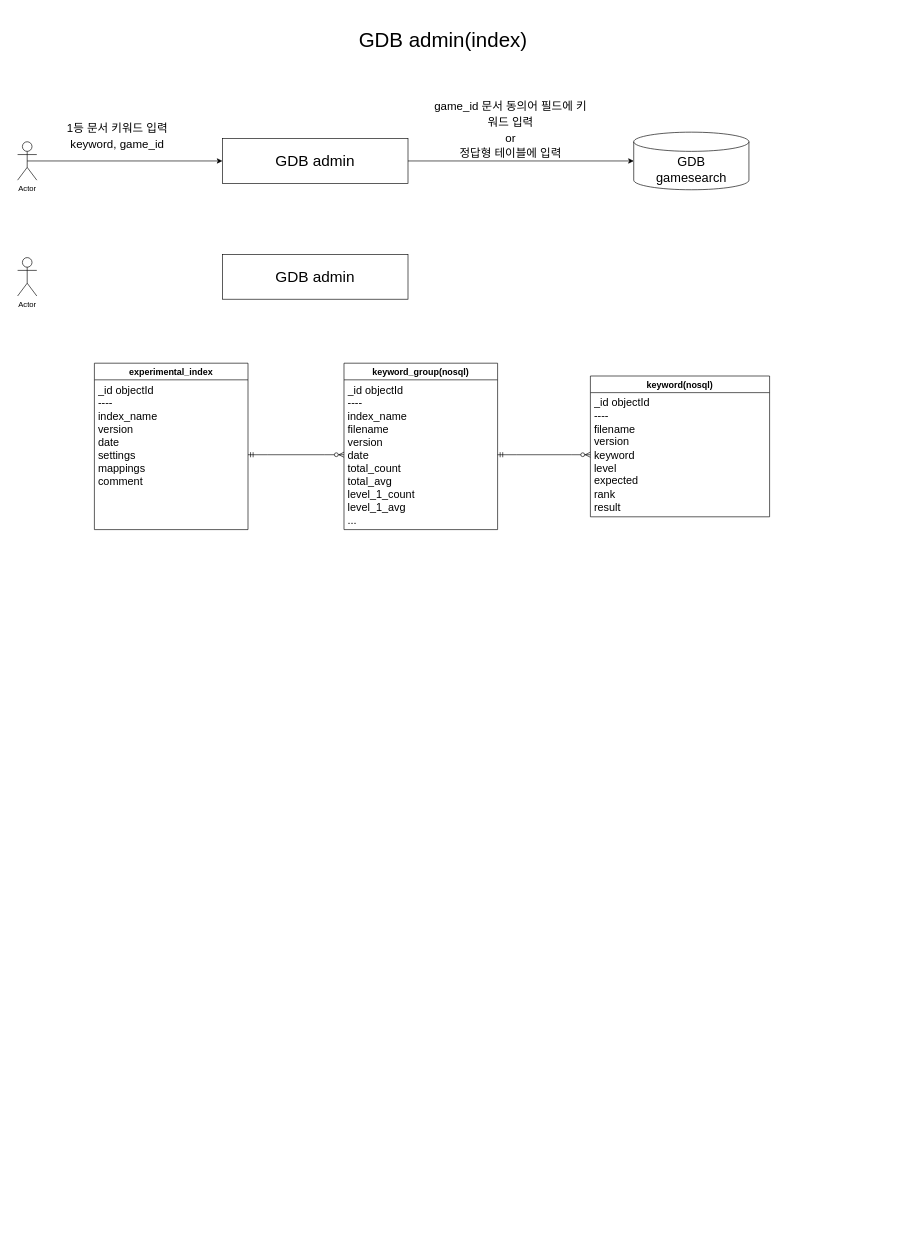
Before: index_admin.drawio in hwan2v/archive, a draw.io diagram. Source tidied: cells renumbered, new cells numbered last; positions are measured from the earlier drawing's top-left corner, leaving out a move shared by most shapes. Both pictures are drawn from the tidied source at 64%, with x=0, y=0 at pixel (17, 11).
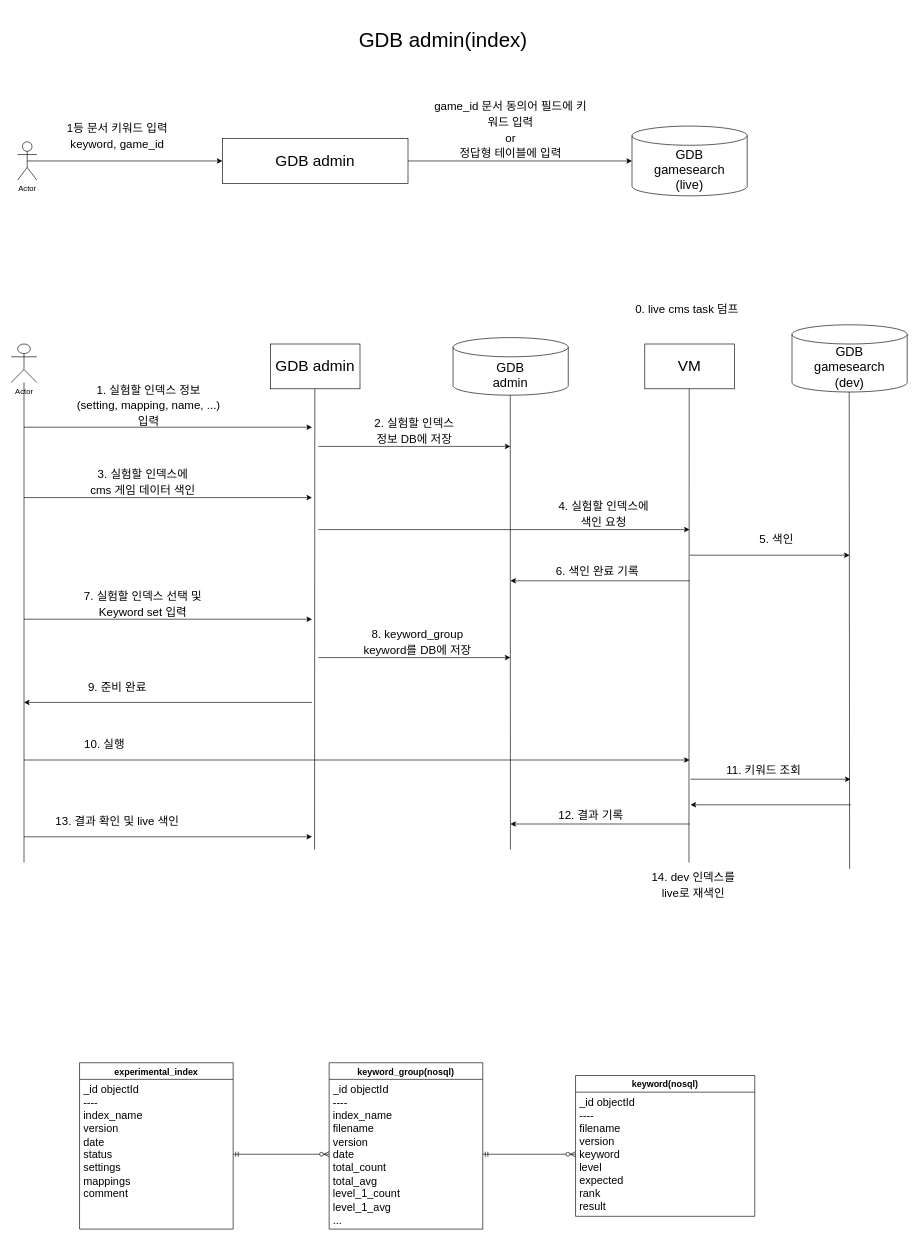
The same diagram, later.

Diff of the diagram source:
```diff
@@
     <mxCell id="3" value="keyword_group(nosql)" style="swimlane;fontStyle=1;horizontal=1;startSize=26;align=center;fontSize=14;" parent="1" vertex="1">
-      <mxGeometry x="510" y="550" width="240" height="260" as="geometry" />
+      <mxGeometry x="486.8" y="1643" width="240" height="260" as="geometry" />
     </mxCell>
@@
     <mxCell id="5" value="keyword(nosql)" style="swimlane;fontStyle=1;horizontal=1;startSize=26;align=center;fontSize=14;" parent="1" vertex="1">
-      <mxGeometry x="895" y="570" width="280" height="220" as="geometry" />
+      <mxGeometry x="871.8" y="1663" width="280" height="220" as="geometry" />
     </mxCell>
@@
-    <mxCell id="11" value="GDB&lt;br style=&quot;font-size: 20px;&quot;&gt;gamesearch" style="shape=cylinder3;whiteSpace=wrap;html=1;boundedLbl=1;backgroundOutline=1;size=15;fontSize=20;" parent="1" vertex="1">
-      <mxGeometry x="962.7" y="189" width="180" height="90" as="geometry" />
+    <mxCell id="11" value="GDB&lt;br style=&quot;font-size: 20px;&quot;&gt;gamesearch&lt;br&gt;(live)" style="shape=cylinder3;whiteSpace=wrap;html=1;boundedLbl=1;backgroundOutline=1;size=15;fontSize=20;" parent="1" vertex="1">
+      <mxGeometry x="960" y="179.5" width="180" height="109" as="geometry" />
     </mxCell>
     <mxCell id="12" value="GDB admin" style="rounded=0;whiteSpace=wrap;html=1;fontSize=24;" parent="1" vertex="1">
-      <mxGeometry x="320" y="380" width="290" height="70" as="geometry" />
+      <mxGeometry x="395" y="520" width="140" height="70" as="geometry" />
     </mxCell>
@@
     <mxCell id="16" value="Actor" style="shape=umlActor;verticalLabelPosition=bottom;verticalAlign=top;html=1;outlineConnect=0;" parent="1" vertex="1">
-      <mxGeometry y="385" width="30" height="60" as="geometry" />
+      <mxGeometry x="-10" y="520" width="40" height="60" as="geometry" />
     </mxCell>
     <mxCell id="17" value="experimental_index" style="swimlane;fontStyle=1;horizontal=1;startSize=26;align=center;fontSize=14;" parent="1" vertex="1">
-      <mxGeometry x="120" y="550" width="240" height="260" as="geometry" />
+      <mxGeometry x="96.8" y="1643" width="240" height="260" as="geometry" />
     </mxCell>
-    <mxCell id="18" value="&lt;div&gt;_id objectId&lt;/div&gt;&lt;div&gt;----&lt;/div&gt;&lt;div&gt;index_name&lt;/div&gt;&lt;div&gt;version&lt;/div&gt;&lt;div&gt;date&lt;/div&gt;&lt;div&gt;settings&lt;/div&gt;&lt;div&gt;mappings&lt;/div&gt;&lt;div&gt;comment&lt;/div&gt;" style="text;strokeColor=none;fillColor=none;spacingLeft=4;spacingRight=4;overflow=hidden;points=[[0,0.5],[1,0.5]];portConstraint=eastwest;fontSize=17;whiteSpace=wrap;html=1;verticalAlign=top;spacingTop=0;horizontal=1;" parent="17" vertex="1">
+    <mxCell id="18" value="&lt;div&gt;_id objectId&lt;/div&gt;&lt;div&gt;----&lt;/div&gt;&lt;div&gt;index_name&lt;/div&gt;&lt;div&gt;version&lt;/div&gt;&lt;div&gt;date&lt;/div&gt;&lt;div&gt;status&lt;/div&gt;&lt;div&gt;settings&lt;/div&gt;&lt;div&gt;mappings&lt;/div&gt;&lt;div&gt;comment&lt;/div&gt;" style="text;strokeColor=none;fillColor=none;spacingLeft=4;spacingRight=4;overflow=hidden;points=[[0,0.5],[1,0.5]];portConstraint=eastwest;fontSize=17;whiteSpace=wrap;html=1;verticalAlign=top;spacingTop=0;horizontal=1;" parent="17" vertex="1">
       <mxGeometry y="26" width="240" height="234" as="geometry" />
     </mxCell>
@@
+    <mxCell id="20" value="GDB&lt;br style=&quot;font-size: 20px;&quot;&gt;admin" style="shape=cylinder3;whiteSpace=wrap;html=1;boundedLbl=1;backgroundOutline=1;size=15;fontSize=20;" parent="1" vertex="1">
+      <mxGeometry x="680.4" y="510" width="180" height="90" as="geometry" />
+    </mxCell>
+    <mxCell id="21" style="endArrow=none;html=1;rounded=0;" parent="1" edge="1" target="16">
+      <mxGeometry relative="1" as="geometry">
+        <mxPoint x="10" y="1330" as="sourcePoint" />
+      </mxGeometry>
+    </mxCell>
+    <mxCell id="22" style="endArrow=none;html=1;rounded=0;" parent="1" edge="1">
+      <mxGeometry relative="1" as="geometry">
+        <mxPoint x="464" y="1310" as="sourcePoint" />
+        <mxPoint x="464.4" y="590" as="targetPoint" />
+      </mxGeometry>
+    </mxCell>
+    <mxCell id="23" style="endArrow=classic;html=1;rounded=0;" parent="1" edge="1">
+      <mxGeometry relative="1" as="geometry">
+        <mxPoint x="10" y="650" as="sourcePoint" />
+        <mxPoint x="460" y="650" as="targetPoint" />
+      </mxGeometry>
+    </mxCell>
+    <mxCell id="24" value="&lt;span style=&quot;font-size: 18px;&quot;&gt;1. 실험할 인덱스 정보&lt;br&gt;(setting, mapping, name, ...)&lt;br&gt;입력&lt;br&gt;&lt;/span&gt;" style="text;html=1;strokeColor=none;fillColor=none;align=center;verticalAlign=middle;whiteSpace=wrap;rounded=0;fontSize=20;" parent="1" vertex="1">
+      <mxGeometry x="88.5" y="570" width="231.5" height="90" as="geometry" />
+    </mxCell>
+    <mxCell id="25" style="endArrow=classic;html=1;rounded=0;" parent="1" edge="1">
+      <mxGeometry relative="1" as="geometry">
+        <mxPoint x="470" y="680" as="sourcePoint" />
+        <mxPoint x="770" y="680" as="targetPoint" />
+      </mxGeometry>
+    </mxCell>
+    <mxCell id="26" style="endArrow=none;html=1;rounded=0;" parent="1" edge="1">
+      <mxGeometry relative="1" as="geometry">
+        <mxPoint x="770" y="1310" as="sourcePoint" />
+        <mxPoint x="769.8" y="600" as="targetPoint" />
+      </mxGeometry>
+    </mxCell>
+    <mxCell id="27" value="&lt;span style=&quot;font-size: 18px;&quot;&gt;2. 실험할 인덱스&lt;br&gt;정보 DB에 저장&lt;/span&gt;" style="text;html=1;strokeColor=none;fillColor=none;align=center;verticalAlign=middle;whiteSpace=wrap;rounded=0;fontSize=20;" parent="1" vertex="1">
+      <mxGeometry x="504.2" y="610" width="231.5" height="90" as="geometry" />
+    </mxCell>
+    <mxCell id="28" style="endArrow=classic;html=1;rounded=0;" parent="1" edge="1">
+      <mxGeometry relative="1" as="geometry">
+        <mxPoint x="10" y="760" as="sourcePoint" />
+        <mxPoint x="460" y="760" as="targetPoint" />
+      </mxGeometry>
+    </mxCell>
+    <mxCell id="29" value="&lt;span style=&quot;font-size: 18px;&quot;&gt;3. 실험할 인덱스에 &lt;br&gt;cms 게임 데이터 색인&lt;br&gt;&lt;/span&gt;" style="text;html=1;strokeColor=none;fillColor=none;align=center;verticalAlign=middle;whiteSpace=wrap;rounded=0;fontSize=20;" parent="1" vertex="1">
+      <mxGeometry x="80" y="690" width="231.5" height="90" as="geometry" />
+    </mxCell>
+    <mxCell id="30" style="endArrow=classic;html=1;rounded=0;" parent="1" edge="1">
+      <mxGeometry relative="1" as="geometry">
+        <mxPoint x="470" y="810" as="sourcePoint" />
+        <mxPoint x="1050" y="810" as="targetPoint" />
+      </mxGeometry>
+    </mxCell>
+    <mxCell id="31" value="VM" style="rounded=0;whiteSpace=wrap;html=1;fontSize=24;" parent="1" vertex="1">
+      <mxGeometry x="980" y="520" width="140" height="70" as="geometry" />
+    </mxCell>
+    <mxCell id="32" style="endArrow=none;html=1;rounded=0;" parent="1" edge="1">
+      <mxGeometry relative="1" as="geometry">
+        <mxPoint x="1049" y="1330" as="sourcePoint" />
+        <mxPoint x="1049.4" y="590" as="targetPoint" />
+      </mxGeometry>
+    </mxCell>
+    <mxCell id="33" value="&lt;span style=&quot;font-size: 18px;&quot;&gt;4. 실험할 인덱스에 &lt;br&gt;색인 요청&lt;/span&gt;" style="text;html=1;strokeColor=none;fillColor=none;align=center;verticalAlign=middle;whiteSpace=wrap;rounded=0;fontSize=20;" parent="1" vertex="1">
+      <mxGeometry x="800" y="740" width="231.5" height="90" as="geometry" />
+    </mxCell>
+    <mxCell id="34" style="endArrow=classic;html=1;rounded=0;" parent="1" edge="1">
+      <mxGeometry relative="1" as="geometry">
+        <mxPoint x="1050" y="890" as="sourcePoint" />
+        <mxPoint x="770" y="890" as="targetPoint" />
+      </mxGeometry>
+    </mxCell>
+    <mxCell id="35" value="GDB&lt;br&gt;gamesearch&lt;br&gt;(dev)" style="shape=cylinder3;whiteSpace=wrap;html=1;boundedLbl=1;backgroundOutline=1;size=15;fontSize=20;" parent="1" vertex="1">
+      <mxGeometry x="1210" y="490" width="180" height="105" as="geometry" />
+    </mxCell>
+    <mxCell id="36" style="endArrow=classic;html=1;rounded=0;" parent="1" edge="1">
+      <mxGeometry relative="1" as="geometry">
+        <mxPoint x="1050" y="850" as="sourcePoint" />
+        <mxPoint x="1300" y="850" as="targetPoint" />
+      </mxGeometry>
+    </mxCell>
+    <mxCell id="37" style="endArrow=none;html=1;rounded=0;" parent="1" edge="1">
+      <mxGeometry relative="1" as="geometry">
+        <mxPoint x="1300" y="1340" as="sourcePoint" />
+        <mxPoint x="1299.4" y="595" as="targetPoint" />
+      </mxGeometry>
+    </mxCell>
+    <mxCell id="38" value="&lt;span style=&quot;font-size: 18px;&quot;&gt;5. 색인&lt;/span&gt;" style="text;html=1;strokeColor=none;fillColor=none;align=center;verticalAlign=middle;whiteSpace=wrap;rounded=0;fontSize=20;" parent="1" vertex="1">
+      <mxGeometry x="1070" y="780" width="231.5" height="90" as="geometry" />
+    </mxCell>
+    <mxCell id="39" value="&lt;span style=&quot;font-size: 18px;&quot;&gt;6. 색인 완료 기록&lt;/span&gt;" style="text;html=1;strokeColor=none;fillColor=none;align=center;verticalAlign=middle;whiteSpace=wrap;rounded=0;fontSize=20;" parent="1" vertex="1">
+      <mxGeometry x="790" y="830" width="231.5" height="90" as="geometry" />
+    </mxCell>
+    <mxCell id="40" style="endArrow=classic;html=1;rounded=0;" parent="1" edge="1">
+      <mxGeometry relative="1" as="geometry">
+        <mxPoint x="10" y="950" as="sourcePoint" />
+        <mxPoint x="460" y="950" as="targetPoint" />
+      </mxGeometry>
+    </mxCell>
+    <mxCell id="41" value="&lt;span style=&quot;font-size: 18px;&quot;&gt;7. 실험할 인덱스 선택 및 Keyword set 입력&lt;br&gt;&lt;/span&gt;" style="text;html=1;strokeColor=none;fillColor=none;align=center;verticalAlign=middle;whiteSpace=wrap;rounded=0;fontSize=20;" parent="1" vertex="1">
+      <mxGeometry x="80" y="880" width="231.5" height="90" as="geometry" />
+    </mxCell>
+    <mxCell id="42" style="endArrow=classic;html=1;rounded=0;" parent="1" edge="1">
+      <mxGeometry relative="1" as="geometry">
+        <mxPoint x="470" y="1010" as="sourcePoint" />
+        <mxPoint x="770" y="1010" as="targetPoint" />
+      </mxGeometry>
+    </mxCell>
+    <mxCell id="43" value="&lt;span style=&quot;font-size: 18px;&quot;&gt;8. keyword_group&lt;br&gt;keyword를 DB에 저장&lt;br&gt;&lt;/span&gt;" style="text;html=1;strokeColor=none;fillColor=none;align=center;verticalAlign=middle;whiteSpace=wrap;rounded=0;fontSize=20;" parent="1" vertex="1">
+      <mxGeometry x="508.5" y="940" width="231.5" height="90" as="geometry" />
+    </mxCell>
+    <mxCell id="44" style="endArrow=classic;html=1;rounded=0;" parent="1" edge="1">
+      <mxGeometry relative="1" as="geometry">
+        <mxPoint x="460" y="1080" as="sourcePoint" />
+        <mxPoint x="10" y="1080" as="targetPoint" />
+      </mxGeometry>
+    </mxCell>
+    <mxCell id="45" value="&lt;span style=&quot;font-size: 18px;&quot;&gt;9. 준비 완료&lt;br&gt;&lt;/span&gt;" style="text;html=1;strokeColor=none;fillColor=none;align=center;verticalAlign=middle;whiteSpace=wrap;rounded=0;fontSize=20;" parent="1" vertex="1">
+      <mxGeometry x="40" y="1010" width="231.5" height="90" as="geometry" />
+    </mxCell>
+    <mxCell id="46" style="endArrow=classic;html=1;rounded=0;" parent="1" edge="1">
+      <mxGeometry relative="1" as="geometry">
+        <mxPoint x="10" y="1170" as="sourcePoint" />
+        <mxPoint x="1050" y="1170" as="targetPoint" />
+      </mxGeometry>
+    </mxCell>
+    <mxCell id="47" value="&lt;span style=&quot;font-size: 18px;&quot;&gt;10. 실행&lt;br&gt;&lt;/span&gt;" style="text;html=1;strokeColor=none;fillColor=none;align=center;verticalAlign=middle;whiteSpace=wrap;rounded=0;fontSize=20;" parent="1" vertex="1">
+      <mxGeometry x="20" y="1100" width="231.5" height="90" as="geometry" />
+    </mxCell>
+    <mxCell id="48" style="endArrow=classic;html=1;rounded=0;" parent="1" edge="1">
+      <mxGeometry relative="1" as="geometry">
+        <mxPoint x="1051.5" y="1200" as="sourcePoint" />
+        <mxPoint x="1301.5" y="1200" as="targetPoint" />
+      </mxGeometry>
+    </mxCell>
+    <mxCell id="49" style="endArrow=classic;html=1;rounded=0;" parent="1" edge="1">
+      <mxGeometry relative="1" as="geometry">
+        <mxPoint x="1301.5" y="1240" as="sourcePoint" />
+        <mxPoint x="1051.5" y="1240" as="targetPoint" />
+      </mxGeometry>
+    </mxCell>
+    <mxCell id="50" style="endArrow=classic;html=1;rounded=0;" parent="1" edge="1">
+      <mxGeometry relative="1" as="geometry">
+        <mxPoint x="1050" y="1270" as="sourcePoint" />
+        <mxPoint x="770" y="1270" as="targetPoint" />
+      </mxGeometry>
+    </mxCell>
+    <mxCell id="51" value="&lt;span style=&quot;font-size: 18px;&quot;&gt;12. 결과 기록&lt;/span&gt;" style="text;html=1;strokeColor=none;fillColor=none;align=center;verticalAlign=middle;whiteSpace=wrap;rounded=0;fontSize=20;" parent="1" vertex="1">
+      <mxGeometry x="780" y="1210" width="231.5" height="90" as="geometry" />
+    </mxCell>
+    <mxCell id="52" value="&lt;span style=&quot;font-size: 18px;&quot;&gt;11. 키워드 조회&lt;/span&gt;" style="text;html=1;strokeColor=none;fillColor=none;align=center;verticalAlign=middle;whiteSpace=wrap;rounded=0;fontSize=20;" parent="1" vertex="1">
+      <mxGeometry x="1050" y="1140" width="231.5" height="90" as="geometry" />
+    </mxCell>
+    <mxCell id="53" style="endArrow=classic;html=1;rounded=0;" parent="1" edge="1">
+      <mxGeometry relative="1" as="geometry">
+        <mxPoint x="10" y="1290" as="sourcePoint" />
+        <mxPoint x="460" y="1290" as="targetPoint" />
+      </mxGeometry>
+    </mxCell>
+    <mxCell id="54" value="&lt;span style=&quot;font-size: 18px;&quot;&gt;13. 결과 확인 및 live 색인&lt;br&gt;&lt;/span&gt;" style="text;html=1;strokeColor=none;fillColor=none;align=center;verticalAlign=middle;whiteSpace=wrap;rounded=0;fontSize=20;" parent="1" vertex="1">
+      <mxGeometry x="40" y="1220" width="231.5" height="90" as="geometry" />
+    </mxCell>
+    <mxCell id="55" value="&lt;span style=&quot;font-size: 18px;&quot;&gt;0. live cms task 덤프&lt;br&gt;&lt;/span&gt;" style="text;html=1;strokeColor=none;fillColor=none;align=center;verticalAlign=middle;whiteSpace=wrap;rounded=0;fontSize=20;" parent="1" vertex="1">
+      <mxGeometry x="930" y="420" width="231.5" height="90" as="geometry" />
+    </mxCell>
+    <mxCell id="56" value="&lt;span style=&quot;font-size: 18px;&quot;&gt;14. dev 인덱스를 &lt;br&gt;live로 재색인&lt;br&gt;&lt;/span&gt;" style="text;html=1;strokeColor=none;fillColor=none;align=center;verticalAlign=middle;whiteSpace=wrap;rounded=0;fontSize=20;" parent="1" vertex="1">
+      <mxGeometry x="940" y="1320" width="231.5" height="90" as="geometry" />
+    </mxCell>
```
